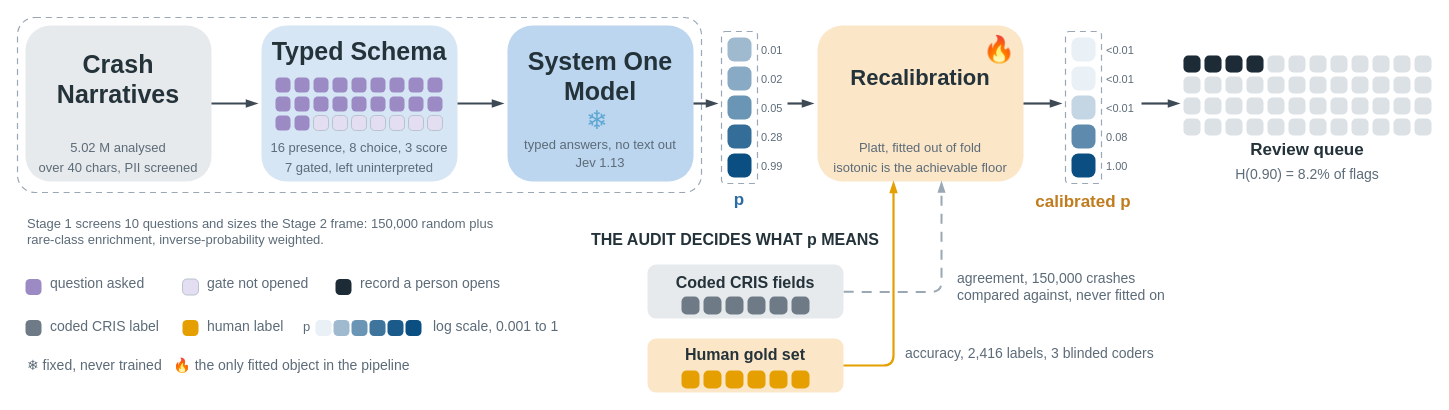
This is outputs/figures/F1_framework.drawio from pozapas/jev-calibrated-narrative-coding, a draw.io file, before an edit. Source tidied: cells renumbered, new cells numbered last; positions are measured from the earlier drawing's top-left corner, leaving out a move shared by most shapes. Both pictures are drawn from the tidied source at 100%, with x=0, y=0 at pixel (17, 17).
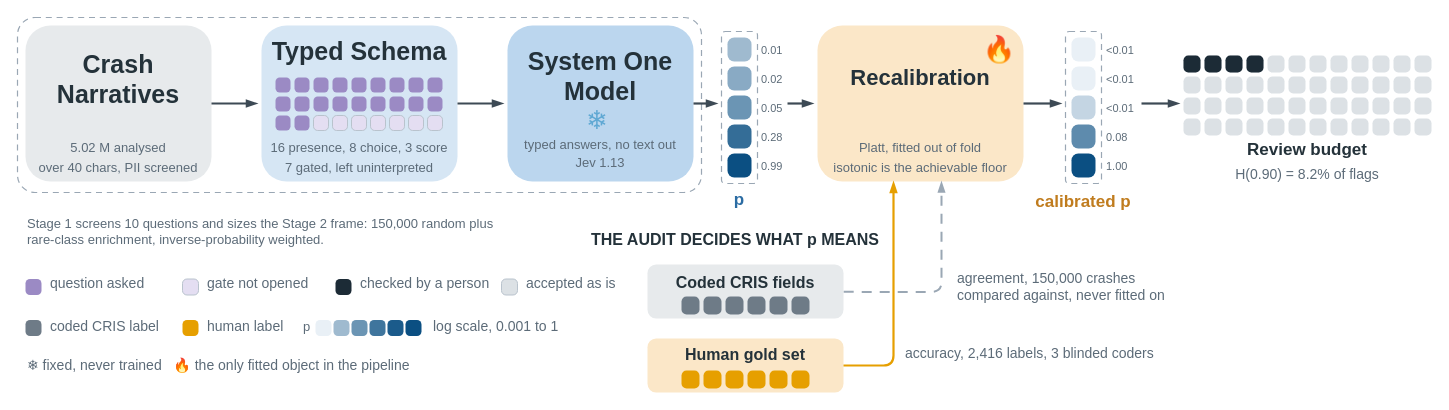
The same page after the edit.

Commit message (it also covers changes not shown here):
Figure 1: name both queue states, and stop the budget reading as the output

Change to the diagram source:
```diff
@@
-    <mxCell id="95" value="Review queue" style="text;html=1;align=center;verticalAlign=top;whiteSpace=wrap;fontSize=17;fontFamily=Helvetica;fontColor=#24323A;fontStyle=1;" parent="1" vertex="1">
+    <mxCell id="95" value="Review budget" style="text;html=1;align=center;verticalAlign=top;whiteSpace=wrap;fontSize=17;fontFamily=Helvetica;fontColor=#24323A;fontStyle=1;" parent="1" vertex="1">
       <mxGeometry x="1166" y="116" width="248" height="41" as="geometry" />
     </mxCell>
@@
-    <mxCell id="163" value="record a person opens" style="text;html=1;align=left;verticalAlign=top;whiteSpace=wrap;fontSize=14;fontFamily=Helvetica;fontColor=#5C6B78;fontStyle=0;" parent="1" vertex="1">
-      <mxGeometry x="341" y="250.5" width="200" height="38" as="geometry" />
+    <mxCell id="163" value="checked by a person" style="text;html=1;align=left;verticalAlign=top;whiteSpace=wrap;fontSize=14;fontFamily=Helvetica;fontColor=#5C6B78;fontStyle=0;" parent="1" vertex="1">
+      <mxGeometry x="341" y="250.5" width="140" height="38" as="geometry" />
     </mxCell>
+    <mxCell id="173" style="rounded=1;arcSize=28;whiteSpace=wrap;html=1;fillColor=#DCE1E5;strokeColor=#B9C3CD;shadow=0;" parent="1" vertex="1">
+      <mxGeometry x="484" y="261.5" width="16" height="16" as="geometry" />
+    </mxCell>
+    <mxCell id="174" value="accepted as is" style="text;html=1;align=left;verticalAlign=top;whiteSpace=wrap;fontSize=14;fontFamily=Helvetica;fontColor=#5C6B78;fontStyle=0;" parent="1" vertex="1">
+      <mxGeometry x="507" y="250.5" width="130" height="38" as="geometry" />
+    </mxCell>
```
